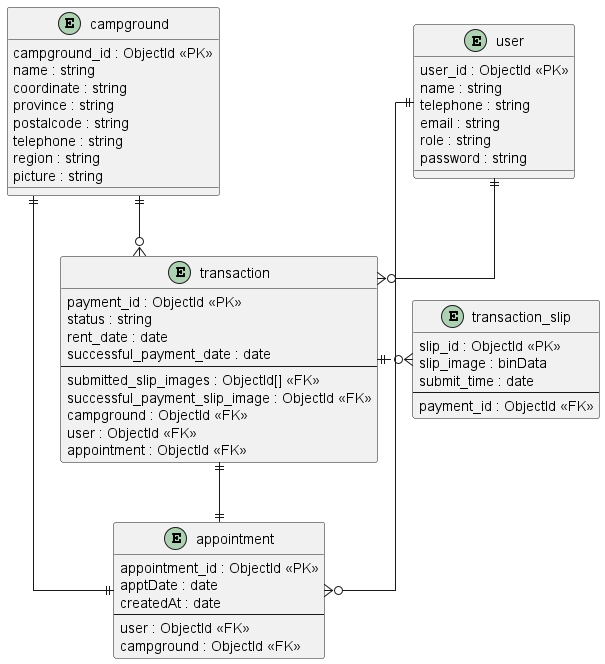
Earlier version of the PlantUML export models/DatabaseSchema.png (FaiiFaiipuipui/CEDT_Y1T2_backend-campgroundbooking). Source of this version:
```plantuml
@startuml DatabaseSchema

skinparam Linetype ortho

entity campground {
  campground_id : ObjectId <<PK>>
  name : string
  coordinate : string
  province : string
  postalcode : string
  telephone : string
  region : string
  picture : string
}
entity appointment {
  appointment_id : ObjectId <<PK>>
  apptDate : date
  createdAt : date
  --
  user : ObjectId <<FK>>
  campground : ObjectId <<FK>>
}

entity user {
  user_id : ObjectId <<PK>>
  name : string
  telephone : string
  email : string
  role : string
  password : string
}

entity transaction {
  payment_id : ObjectId <<PK>>
  status : string /' status: [PENDING, COMPLETE, REJECTED, CANCELED] '/
  rent_date : date
  successful_payment_date : date
  --
  submitted_slip_images : ObjectId[] <<FK>>
  successful_payment_slip_image : ObjectId <<FK>>
  campground : ObjectId <<FK>>
  user : ObjectId <<FK>>
  appointment : ObjectId <<FK>>
}



entity transaction_slip {
  slip_id : ObjectId <<PK>>
  slip_image : binData /' image file, must be compressed to be less than 2 MB preferrably for efficient database querying, and for storage efficiency (mongoDB BSON max size is 16 MB) '/
  submit_time : date
  --
  payment_id : ObjectId <<FK>>
}

user ||--o{ appointment
user ||--o{ transaction
campground ||--|| appointment
campground ||--o{ transaction
transaction ||.right.o{ transaction_slip /' ONE to ZERO_OR_MANY '/
transaction ||--|| appointment
@enduml
```
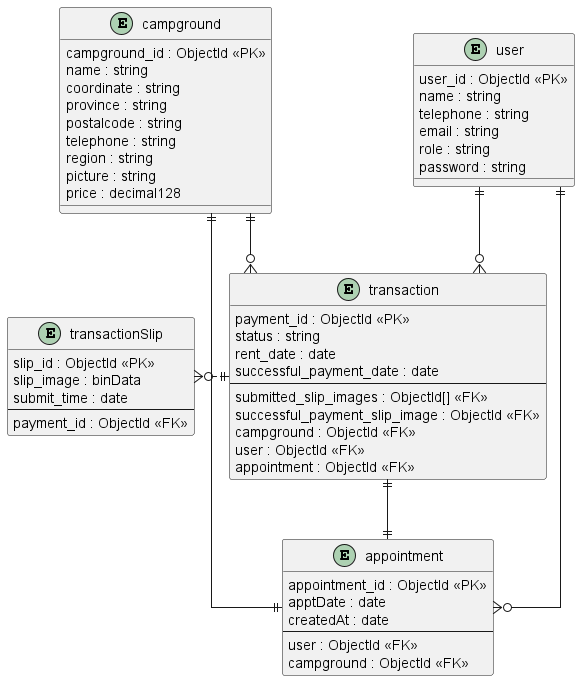
Later version of the same file.

Commit message:
Update DatabaseSchema.puml to match current schema

The edit, as a diff of the source:
```diff
@@ -11,6 +11,7 @@
   telephone : string
   region : string
   picture : string
+  price : decimal128
 }
 entity appointment {
   appointment_id : ObjectId <<PK>>
@@ -45,7 +46,7 @@
 
 
 
-entity transaction_slip {
+entity transactionSlip {
   slip_id : ObjectId <<PK>>
   slip_image : binData /' image file, must be compressed to be less than 2 MB preferrably for efficient database querying, and for storage efficiency (mongoDB BSON max size is 16 MB) '/
   submit_time : date
@@ -57,6 +58,6 @@
 user ||--o{ transaction
 campground ||--|| appointment
 campground ||--o{ transaction
-transaction ||.right.o{ transaction_slip /' ONE to ZERO_OR_MANY '/
+transaction ||.left.o{ transactionSlip /' ONE to ZERO_OR_MANY '/
 transaction ||--|| appointment
 @enduml
```
